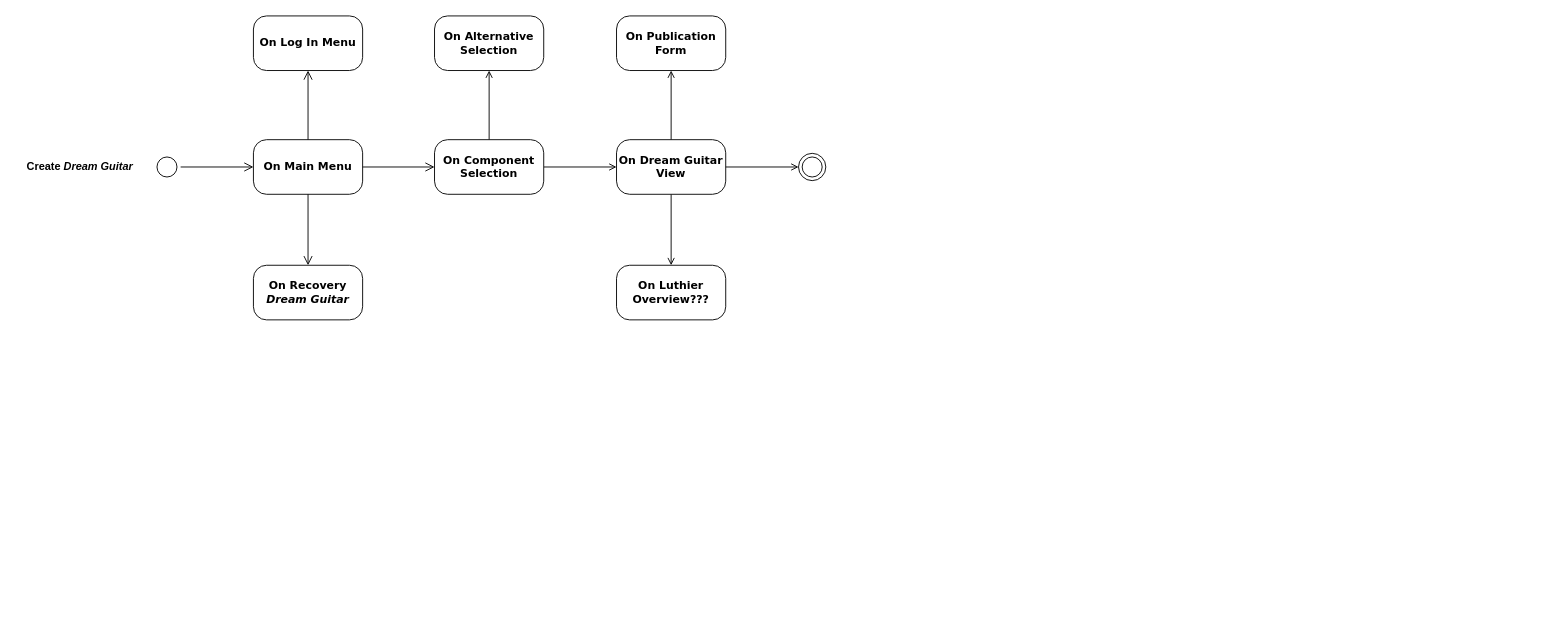
This is diagrams/StateDiagramT.drawio from TizianoLilli/ISPW-Project, a draw.io file, before an edit. Source tidied: cells renumbered, new cells numbered last; positions are measured from the earlier drawing's top-left corner, leaving out a move shared by most shapes. Both pictures are drawn from the tidied source at 91%, with x=0, y=0 at pixel (15, 15).
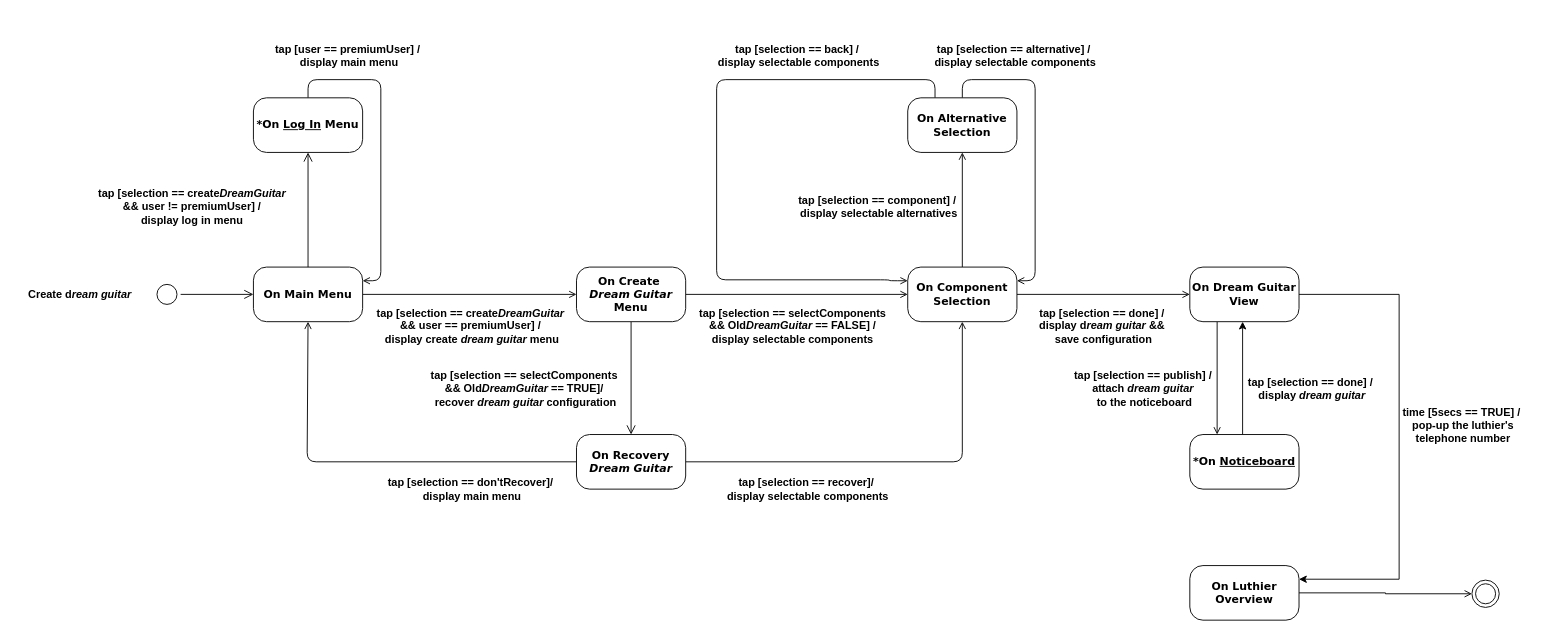
The same diagram, later.

What changed in the source:
```diff
@@
     <mxCell id="2" style="ellipse;html=1;shape=startState;rounded=1;shadow=0;comic=0;labelBackgroundColor=none;fontFamily=Verdana;fontSize=12;align=center;direction=south;" parent="1" vertex="1">
-      <mxGeometry x="151" y="151" width="30" height="30" as="geometry" />
+      <mxGeometry x="151" y="291" width="30" height="30" as="geometry" />
     </mxCell>
+    <mxCell id="22" style="edgeStyle=orthogonalEdgeStyle;rounded=0;jettySize=auto;html=1;exitX=1;exitY=0.5;exitDx=0;exitDy=0;entryX=0;entryY=0.5;entryDx=0;entryDy=0;endArrow=open;endFill=0;" parent="1" edge="1" source="3" target="40">
+      <mxGeometry relative="1" as="geometry" />
+    </mxCell>
     <mxCell id="3" value="&lt;b&gt;On Main Menu&lt;/b&gt;" style="rounded=1;whiteSpace=wrap;html=1;arcSize=24;shadow=0;comic=0;labelBackgroundColor=none;fontFamily=Verdana;fontSize=12;align=center;" parent="1" vertex="1">
-      <mxGeometry x="261" y="136" width="120" height="60" as="geometry" />
+      <mxGeometry x="261" y="276" width="120" height="60" as="geometry" />
     </mxCell>
@@
+    <mxCell id="23" style="edgeStyle=orthogonalEdgeStyle;rounded=1;jettySize=auto;html=1;entryX=0.5;entryY=1;entryDx=0;entryDy=0;curved=0;endArrow=open;endFill=0;" parent="1" edge="1" source="5" target="12">
+      <mxGeometry relative="1" as="geometry" />
+    </mxCell>
+    <mxCell id="24" style="edgeStyle=orthogonalEdgeStyle;rounded=1;jettySize=auto;html=1;exitX=0;exitY=0.5;exitDx=0;exitDy=0;entryX=0.5;entryY=1;entryDx=0;entryDy=0;curved=0;endArrow=open;endFill=0;" parent="1" edge="1" source="5" target="3">
+      <mxGeometry relative="1" as="geometry">
+        <Array as="points">
+          <mxPoint x="320" y="490" />
+          <mxPoint x="320" y="336" />
+        </Array>
+      </mxGeometry>
+    </mxCell>
     <mxCell id="5" value="&lt;b&gt;On Recovery&lt;/b&gt;&lt;div&gt;&lt;b&gt;&lt;i&gt;Dream Guitar&lt;/i&gt;&lt;/b&gt;&lt;/div&gt;" style="rounded=1;whiteSpace=wrap;html=1;arcSize=24;shadow=0;comic=0;labelBackgroundColor=none;fontFamily=Verdana;fontSize=12;align=center;" parent="1" vertex="1">
-      <mxGeometry x="261" y="274" width="120" height="60" as="geometry" />
+      <mxGeometry x="616" y="460" width="120" height="60" as="geometry" />
     </mxCell>
-    <mxCell id="6" style="edgeStyle=orthogonalEdgeStyle;html=1;labelBackgroundColor=none;endArrow=open;endSize=8;fontFamily=Verdana;fontSize=12;align=left;fontColor=default;exitX=0.5;exitY=1;exitDx=0;exitDy=0;" parent="1" edge="1" source="3" target="5">
+    <mxCell id="6" style="edgeStyle=orthogonalEdgeStyle;html=1;labelBackgroundColor=none;endArrow=open;endSize=8;fontFamily=Verdana;fontSize=12;align=left;fontColor=default;exitX=0.5;exitY=1;exitDx=0;exitDy=0;" parent="1" edge="1" source="40" target="5">
       <mxGeometry relative="1" as="geometry" />
     </mxCell>
-    <mxCell id="7" value="&lt;b&gt;Create &lt;i style=&quot;&quot;&gt;Dream Guitar&lt;/i&gt;&lt;/b&gt;" style="text;html=1;align=center;verticalAlign=middle;strokeColor=none;fillColor=none;labelBackgroundColor=none;" parent="1" vertex="1">
-      <mxGeometry y="151" width="140" height="30" as="geometry" />
+    <mxCell id="7" value="&lt;b&gt;Create d&lt;i style=&quot;&quot;&gt;ream guitar&lt;/i&gt;&lt;/b&gt;" style="text;html=1;align=center;verticalAlign=middle;strokeColor=none;fillColor=none;labelBackgroundColor=none;" parent="1" vertex="1">
+      <mxGeometry y="291" width="140" height="30" as="geometry" />
     </mxCell>
+    <mxCell id="25" style="edgeStyle=orthogonalEdgeStyle;rounded=1;jettySize=auto;html=1;entryX=1;entryY=0.25;entryDx=0;entryDy=0;exitX=0.5;exitY=0;exitDx=0;exitDy=0;curved=0;endArrow=open;endFill=0;" parent="1" edge="1" source="8" target="3">
+      <mxGeometry relative="1" as="geometry">
+        <Array as="points">
+          <mxPoint x="321" y="70" />
+          <mxPoint x="401" y="70" />
+          <mxPoint x="401" y="291" />
+        </Array>
+      </mxGeometry>
+    </mxCell>
-    <mxCell id="8" value="&lt;b&gt;On Log In Menu&lt;/b&gt;" style="rounded=1;whiteSpace=wrap;html=1;arcSize=24;shadow=0;comic=0;labelBackgroundColor=none;fontFamily=Verdana;fontSize=12;align=center;" parent="1" vertex="1">
-      <mxGeometry x="261" width="120" height="60" as="geometry" />
+    <mxCell id="8" value="&lt;b&gt;*On &lt;u&gt;Log In&lt;/u&gt; Menu&lt;/b&gt;" style="rounded=1;whiteSpace=wrap;html=1;arcSize=24;shadow=0;comic=0;labelBackgroundColor=none;fontFamily=Verdana;fontSize=12;align=center;" parent="1" vertex="1">
+      <mxGeometry x="261" y="90" width="120" height="60" as="geometry" />
     </mxCell>
@@
     <mxCell id="12" value="&lt;b&gt;On Component Selection&lt;/b&gt;" style="rounded=1;whiteSpace=wrap;html=1;arcSize=24;shadow=0;comic=0;labelBackgroundColor=none;fontFamily=Verdana;fontSize=12;align=center;" parent="1" vertex="1">
-      <mxGeometry x="460" y="136" width="120" height="60" as="geometry" />
+      <mxGeometry x="980" y="276" width="120" height="60" as="geometry" />
     </mxCell>
+    <mxCell id="26" style="edgeStyle=orthogonalEdgeStyle;rounded=1;jettySize=auto;html=1;exitX=0.5;exitY=0;exitDx=0;exitDy=0;entryX=1;entryY=0.25;entryDx=0;entryDy=0;curved=0;endArrow=open;endFill=0;" parent="1" edge="1" source="13" target="12">
+      <mxGeometry relative="1" as="geometry">
+        <Array as="points">
+          <mxPoint x="1040" y="70" />
+          <mxPoint x="1120" y="70" />
+          <mxPoint x="1120" y="291" />
+        </Array>
+      </mxGeometry>
+    </mxCell>
+    <mxCell id="27" style="edgeStyle=orthogonalEdgeStyle;rounded=1;jettySize=auto;html=1;exitX=0.25;exitY=0;exitDx=0;exitDy=0;entryX=0;entryY=0.25;entryDx=0;entryDy=0;endArrow=open;endFill=0;curved=0;" parent="1" edge="1" source="13" target="12">
+      <mxGeometry relative="1" as="geometry">
+        <Array as="points">
+          <mxPoint x="1010" y="70" />
+          <mxPoint x="770" y="70" />
+          <mxPoint x="770" y="290" />
+          <mxPoint x="960" y="290" />
+        </Array>
+      </mxGeometry>
+    </mxCell>
     <mxCell id="13" value="&lt;b&gt;On Alternative Selection&lt;/b&gt;" style="rounded=1;whiteSpace=wrap;html=1;arcSize=24;shadow=0;comic=0;labelBackgroundColor=none;fontFamily=Verdana;fontSize=12;align=center;" parent="1" vertex="1">
-      <mxGeometry x="460" width="120" height="60" as="geometry" />
+      <mxGeometry x="980" y="90" width="120" height="60" as="geometry" />
     </mxCell>
-    <mxCell id="14" style="edgeStyle=orthogonalEdgeStyle;rounded=0;jettySize=auto;html=1;entryX=0.5;entryY=1;entryDx=0;entryDy=0;endArrow=open;endFill=0;labelBackgroundColor=none;fontColor=default;" parent="1" edge="1" source="16" target="17">
-      <mxGeometry relative="1" as="geometry" />
-    </mxCell>
+    <mxCell id="28" style="edgeStyle=orthogonalEdgeStyle;rounded=0;orthogonalLoop=1;jettySize=auto;html=1;exitX=0.5;exitY=1;exitDx=0;exitDy=0;entryX=0.5;entryY=0;entryDx=0;entryDy=0;endArrow=open;endFill=0;" parent="1" edge="1">
+      <mxGeometry relative="1" as="geometry">
+        <mxPoint x="1320" y="336" as="sourcePoint" />
+        <mxPoint x="1320" y="460" as="targetPoint" />
+      </mxGeometry>
+    </mxCell>
-    <mxCell id="15" style="edgeStyle=orthogonalEdgeStyle;rounded=0;jettySize=auto;html=1;entryX=0.5;entryY=0;entryDx=0;entryDy=0;endArrow=open;endFill=0;labelBackgroundColor=none;fontColor=default;" parent="1" edge="1" source="16" target="18">
-      <mxGeometry relative="1" as="geometry" />
+    <mxCell id="15" style="edgeStyle=orthogonalEdgeStyle;rounded=0;jettySize=auto;html=1;exitX=1;exitY=0.5;exitDx=0;exitDy=0;entryX=1;entryY=0.25;entryDx=0;entryDy=0;" parent="1" edge="1" source="16" target="18">
+      <mxGeometry relative="1" as="geometry">
+        <Array as="points">
+          <mxPoint x="1520" y="306" />
+          <mxPoint x="1520" y="619" />
+        </Array>
+      </mxGeometry>
     </mxCell>
     <mxCell id="16" value="&lt;b&gt;On Dream Guitar View&lt;/b&gt;" style="rounded=1;whiteSpace=wrap;html=1;arcSize=24;shadow=0;comic=0;labelBackgroundColor=none;fontFamily=Verdana;fontSize=12;align=center;" parent="1" vertex="1">
-      <mxGeometry x="660" y="136" width="120" height="60" as="geometry" />
+      <mxGeometry x="1290" y="276" width="120" height="60" as="geometry" />
     </mxCell>
+    <mxCell id="29" style="edgeStyle=orthogonalEdgeStyle;rounded=0;orthogonalLoop=1;jettySize=auto;html=1;exitX=0.75;exitY=0;exitDx=0;exitDy=0;entryX=0.75;entryY=1;entryDx=0;entryDy=0;" parent="1" edge="1">
+      <mxGeometry relative="1" as="geometry">
+        <mxPoint x="1348" y="460" as="sourcePoint" />
+        <mxPoint x="1348" y="336" as="targetPoint" />
+      </mxGeometry>
+    </mxCell>
-    <mxCell id="17" value="&lt;b&gt;On Publication Form&lt;/b&gt;" style="rounded=1;whiteSpace=wrap;html=1;arcSize=24;shadow=0;comic=0;labelBackgroundColor=none;fontFamily=Verdana;fontSize=12;align=center;" parent="1" vertex="1">
-      <mxGeometry x="660" width="120" height="60" as="geometry" />
+    <mxCell id="17" value="&lt;b&gt;*On &lt;u&gt;Noticeboard&lt;/u&gt;&lt;/b&gt;" style="rounded=1;whiteSpace=wrap;html=1;arcSize=24;shadow=0;comic=0;labelBackgroundColor=none;fontFamily=Verdana;fontSize=12;align=center;" parent="1" vertex="1">
+      <mxGeometry x="1290" y="460" width="120" height="60" as="geometry" />
     </mxCell>
-    <mxCell id="18" value="&lt;b&gt;On Luthier Overview???&lt;/b&gt;" style="rounded=1;whiteSpace=wrap;html=1;arcSize=24;shadow=0;comic=0;labelBackgroundColor=none;fontFamily=Verdana;fontSize=12;align=center;" parent="1" vertex="1">
-      <mxGeometry x="660" y="274" width="120" height="60" as="geometry" />
+    <mxCell id="18" value="&lt;b&gt;On Luthier Overview&lt;/b&gt;" style="rounded=1;whiteSpace=wrap;html=1;arcSize=24;shadow=0;comic=0;labelBackgroundColor=none;fontFamily=Verdana;fontSize=12;align=center;" parent="1" vertex="1">
+      <mxGeometry x="1290" y="604" width="120" height="60" as="geometry" />
     </mxCell>
-    <mxCell id="19" style="edgeStyle=orthogonalEdgeStyle;html=1;labelBackgroundColor=none;endArrow=open;endSize=8;fontFamily=Verdana;fontSize=12;align=left;fontColor=default;exitX=1;exitY=0.5;exitDx=0;exitDy=0;entryX=0;entryY=0.5;entryDx=0;entryDy=0;" parent="1" edge="1" source="3" target="12">
-      <mxGeometry relative="1" as="geometry" />
-    </mxCell>
     <mxCell id="20" style="ellipse;html=1;shape=endState;labelBackgroundColor=none;" parent="1" vertex="1">
-      <mxGeometry x="860" y="151" width="30" height="30" as="geometry" />
+      <mxGeometry x="1600" y="620" width="30" height="30" as="geometry" />
     </mxCell>
-    <mxCell id="21" style="edgeStyle=orthogonalEdgeStyle;rounded=0;jettySize=auto;html=1;endArrow=open;endFill=0;exitX=1;exitY=0.5;exitDx=0;exitDy=0;labelBackgroundColor=none;fontColor=default;" parent="1" edge="1" source="16" target="20">
+    <mxCell id="21" style="edgeStyle=orthogonalEdgeStyle;rounded=0;jettySize=auto;html=1;endArrow=open;endFill=0;exitX=1;exitY=0.5;exitDx=0;exitDy=0;labelBackgroundColor=none;fontColor=default;" parent="1" edge="1" source="18" target="20">
       <mxGeometry relative="1" as="geometry" />
     </mxCell>
+    <mxCell id="30" value="&lt;b&gt;tap [selection == create&lt;i&gt;DreamGuitar&lt;/i&gt;&amp;nbsp;&lt;/b&gt;&lt;div&gt;&lt;b&gt;&amp;amp;&amp;amp;&amp;nbsp;&lt;/b&gt;&lt;b style=&quot;background-color: initial;&quot;&gt;user == premiumUser] &lt;/b&gt;&lt;b style=&quot;background-color: initial;&quot;&gt;/&amp;nbsp;&lt;/b&gt;&lt;div&gt;&lt;div&gt;&lt;b&gt;display create &lt;i&gt;dream guitar&lt;/i&gt; menu&lt;/b&gt;&lt;/div&gt;&lt;/div&gt;&lt;/div&gt;" style="text;html=1;align=center;verticalAlign=middle;strokeColor=none;fillColor=none;" parent="1" vertex="1">
+      <mxGeometry x="386" y="311" width="230" height="60" as="geometry" />
+    </mxCell>
+    <mxCell id="31" value="&lt;b&gt;tap [selection == component] /&amp;nbsp;&lt;/b&gt;&lt;div&gt;&lt;b&gt;display&amp;nbsp;&lt;/b&gt;&lt;span style=&quot;background-color: initial;&quot;&gt;&lt;b&gt;selectable&amp;nbsp;&lt;/b&gt;&lt;/span&gt;&lt;b style=&quot;background-color: initial;&quot;&gt;alternatives&lt;/b&gt;&lt;/div&gt;" style="text;html=1;align=center;verticalAlign=middle;strokeColor=none;fillColor=none;" parent="1" vertex="1">
+      <mxGeometry x="848" y="190" width="200" height="40" as="geometry" />
+    </mxCell>
+    <mxCell id="32" value="&lt;b&gt;tap [selection == alternative] /&amp;nbsp;&lt;/b&gt;&lt;div&gt;&lt;b&gt;display&amp;nbsp;&lt;/b&gt;&lt;span style=&quot;background-color: initial;&quot;&gt;&lt;b&gt;selectable&amp;nbsp;&lt;/b&gt;&lt;/span&gt;&lt;b style=&quot;background-color: initial;&quot;&gt;components&lt;/b&gt;&lt;/div&gt;" style="text;html=1;align=center;verticalAlign=middle;strokeColor=none;fillColor=none;" parent="1" vertex="1">
+      <mxGeometry x="998" y="24" width="200" height="40" as="geometry" />
+    </mxCell>
+    <mxCell id="33" value="&lt;b&gt;tap [selection == done] /&amp;nbsp;&lt;/b&gt;&lt;div&gt;&lt;b&gt;display d&lt;i&gt;ream guitar &lt;/i&gt;&amp;amp;&amp;amp;&amp;nbsp;&lt;/b&gt;&lt;/div&gt;&lt;div&gt;&lt;b&gt;save configuration&lt;/b&gt;&lt;/div&gt;" style="text;html=1;align=center;verticalAlign=middle;strokeColor=none;fillColor=none;" parent="1" vertex="1">
+      <mxGeometry x="1115" y="311" width="160" height="60" as="geometry" />
+    </mxCell>
+    <mxCell id="34" value="&lt;b&gt;tap [selection == publish] /&amp;nbsp;&lt;/b&gt;&lt;div&gt;&lt;b&gt;attach&amp;nbsp;&lt;i&gt;dream guitar&amp;nbsp;&lt;/i&gt;&lt;/b&gt;&lt;/div&gt;&lt;div&gt;&lt;b&gt;to the noticeboard&lt;/b&gt;&lt;/div&gt;" style="text;html=1;align=center;verticalAlign=middle;strokeColor=none;fillColor=none;" parent="1" vertex="1">
+      <mxGeometry x="1150" y="380" width="180" height="60" as="geometry" />
+    </mxCell>
+    <mxCell id="35" value="&lt;b&gt;tap [selection == done] /&amp;nbsp;&lt;/b&gt;&lt;div&gt;&lt;b&gt;display &lt;i&gt;dream guitar&lt;/i&gt;&lt;/b&gt;&lt;/div&gt;" style="text;html=1;align=center;verticalAlign=middle;strokeColor=none;fillColor=none;" parent="1" vertex="1">
+      <mxGeometry x="1344" y="390" width="160" height="40" as="geometry" />
+    </mxCell>
+    <mxCell id="36" value="&lt;b&gt;tap [user == premiumUser] /&amp;nbsp;&lt;/b&gt;&lt;div&gt;&lt;b&gt;display main menu&lt;/b&gt;&lt;/div&gt;" style="text;html=1;align=center;verticalAlign=middle;strokeColor=none;fillColor=none;" parent="1" vertex="1">
+      <mxGeometry x="271" y="24" width="190" height="40" as="geometry" />
+    </mxCell>
+    <mxCell id="37" value="&lt;b&gt;tap [&lt;/b&gt;&lt;b&gt;selection == selectComponents&amp;nbsp;&lt;br&gt;&lt;/b&gt;&lt;b style=&quot;background-color: initial;&quot;&gt;&amp;amp;&amp;amp;&amp;nbsp;&lt;/b&gt;&lt;b style=&quot;background-color: initial;&quot;&gt;Old&lt;i&gt;DreamGuitar&amp;nbsp;&lt;/i&gt;== TRUE&lt;/b&gt;&lt;b&gt;]&lt;/b&gt;&lt;b style=&quot;background-color: initial;&quot;&gt;/&amp;nbsp;&lt;/b&gt;&lt;div&gt;&lt;b&gt;recover &lt;i&gt;dream guitar &lt;/i&gt;configuration&lt;/b&gt;&lt;/div&gt;" style="text;html=1;align=center;verticalAlign=middle;strokeColor=none;fillColor=none;" parent="1" vertex="1">
+      <mxGeometry x="445" y="380" width="230" height="60" as="geometry" />
+    </mxCell>
+    <mxCell id="38" value="&lt;b&gt;tap [selection == create&lt;i&gt;DreamGuitar&lt;/i&gt;&amp;nbsp;&lt;/b&gt;&lt;div&gt;&lt;b&gt;&amp;amp;&amp;amp;&amp;nbsp;&lt;/b&gt;&lt;b style=&quot;background-color: initial;&quot;&gt;user != premiumUser] &lt;/b&gt;&lt;b style=&quot;background-color: initial;&quot;&gt;/&amp;nbsp;&lt;/b&gt;&lt;div&gt;&lt;div&gt;&lt;b style=&quot;background-color: initial;&quot;&gt;display log in menu&lt;/b&gt;&lt;b style=&quot;background-color: initial;&quot;&gt;&amp;nbsp;&lt;/b&gt;&lt;/div&gt;&lt;/div&gt;&lt;/div&gt;" style="text;html=1;align=center;verticalAlign=middle;strokeColor=none;fillColor=none;" parent="1" vertex="1">
+      <mxGeometry x="80" y="180" width="230" height="60" as="geometry" />
+    </mxCell>
+    <mxCell id="39" style="edgeStyle=orthogonalEdgeStyle;rounded=0;jettySize=auto;html=1;exitX=1;exitY=0.5;exitDx=0;exitDy=0;entryX=0;entryY=0.5;entryDx=0;entryDy=0;endArrow=open;endFill=0;" parent="1" edge="1" source="40" target="12">
+      <mxGeometry relative="1" as="geometry" />
+    </mxCell>
+    <mxCell id="40" value="&lt;b&gt;On Create&amp;nbsp;&lt;/b&gt;&lt;div&gt;&lt;b&gt;&lt;i&gt;Dream Guitar &lt;/i&gt;Menu&lt;/b&gt;&lt;/div&gt;" style="rounded=1;whiteSpace=wrap;html=1;arcSize=24;shadow=0;comic=0;labelBackgroundColor=none;fontFamily=Verdana;fontSize=12;align=center;" parent="1" vertex="1">
+      <mxGeometry x="616" y="276" width="120" height="60" as="geometry" />
+    </mxCell>
+    <mxCell id="41" value="&lt;b&gt;tap [&lt;/b&gt;&lt;b&gt;selection == selectComponents&amp;nbsp;&lt;br&gt;&lt;/b&gt;&lt;b style=&quot;background-color: initial;&quot;&gt;&amp;amp;&amp;amp;&amp;nbsp;&lt;/b&gt;&lt;b style=&quot;background-color: initial;&quot;&gt;Old&lt;i&gt;DreamGuitar &lt;/i&gt;== FALSE&lt;/b&gt;&lt;b style=&quot;background-color: initial;&quot;&gt;] &lt;/b&gt;&lt;b style=&quot;background-color: initial;&quot;&gt;/&amp;nbsp;&lt;/b&gt;&lt;div&gt;&lt;div&gt;&lt;div&gt;&lt;b&gt;display&amp;nbsp;&lt;/b&gt;&lt;span style=&quot;background-color: initial;&quot;&gt;&lt;b&gt;selectable&amp;nbsp;&lt;/b&gt;&lt;/span&gt;&lt;b style=&quot;background-color: initial;&quot;&gt;components&amp;nbsp;&lt;/b&gt;&lt;/div&gt;&lt;/div&gt;&lt;/div&gt;" style="text;html=1;align=center;verticalAlign=middle;strokeColor=none;fillColor=none;" parent="1" vertex="1">
+      <mxGeometry x="740" y="311" width="230" height="60" as="geometry" />
+    </mxCell>
+    <mxCell id="42" value="&lt;b&gt;tap [&lt;/b&gt;&lt;b&gt;selection == recover&lt;/b&gt;&lt;b&gt;]&lt;/b&gt;&lt;b style=&quot;background-color: initial;&quot;&gt;/&amp;nbsp;&lt;/b&gt;&lt;div&gt;&lt;b&gt;display&amp;nbsp;&lt;/b&gt;&lt;span style=&quot;background-color: initial;&quot;&gt;&lt;b&gt;selectable&amp;nbsp;&lt;/b&gt;&lt;/span&gt;&lt;b style=&quot;background-color: initial;&quot;&gt;components&lt;/b&gt;&lt;/div&gt;" style="text;html=1;align=center;verticalAlign=middle;strokeColor=none;fillColor=none;" parent="1" vertex="1">
+      <mxGeometry x="770" y="500" width="200" height="40" as="geometry" />
+    </mxCell>
+    <mxCell id="43" value="&lt;b&gt;tap [&lt;/b&gt;&lt;b&gt;selection == don'tRecover&lt;/b&gt;&lt;b&gt;]&lt;/b&gt;&lt;b style=&quot;background-color: initial;&quot;&gt;/&amp;nbsp;&lt;/b&gt;&lt;div&gt;&lt;b&gt;display main menu&lt;/b&gt;&lt;/div&gt;" style="text;html=1;align=center;verticalAlign=middle;strokeColor=none;fillColor=none;" parent="1" vertex="1">
+      <mxGeometry x="396" y="500" width="210" height="40" as="geometry" />
+    </mxCell>
+    <mxCell id="44" value="&lt;b&gt;tap [selection == back] /&amp;nbsp;&lt;/b&gt;&lt;div&gt;&lt;b&gt;display&amp;nbsp;&lt;/b&gt;&lt;span style=&quot;background-color: initial;&quot;&gt;&lt;b&gt;selectable&amp;nbsp;&lt;/b&gt;&lt;/span&gt;&lt;b style=&quot;background-color: initial;&quot;&gt;components&lt;/b&gt;&lt;/div&gt;" style="text;html=1;align=center;verticalAlign=middle;strokeColor=none;fillColor=none;" parent="1" vertex="1">
+      <mxGeometry x="760" y="24" width="200" height="40" as="geometry" />
+    </mxCell>
+    <mxCell id="45" value="&lt;b&gt;time [5secs == TRUE] /&amp;nbsp;&lt;/b&gt;&lt;div&gt;&lt;b&gt;pop-up the luthier's&lt;/b&gt;&lt;/div&gt;&lt;div&gt;&lt;b&gt;telephone number&lt;/b&gt;&lt;/div&gt;" style="text;html=1;align=center;verticalAlign=middle;strokeColor=none;fillColor=none;" parent="1" vertex="1">
+      <mxGeometry x="1510" y="420" width="160" height="60" as="geometry" />
+    </mxCell>
```
